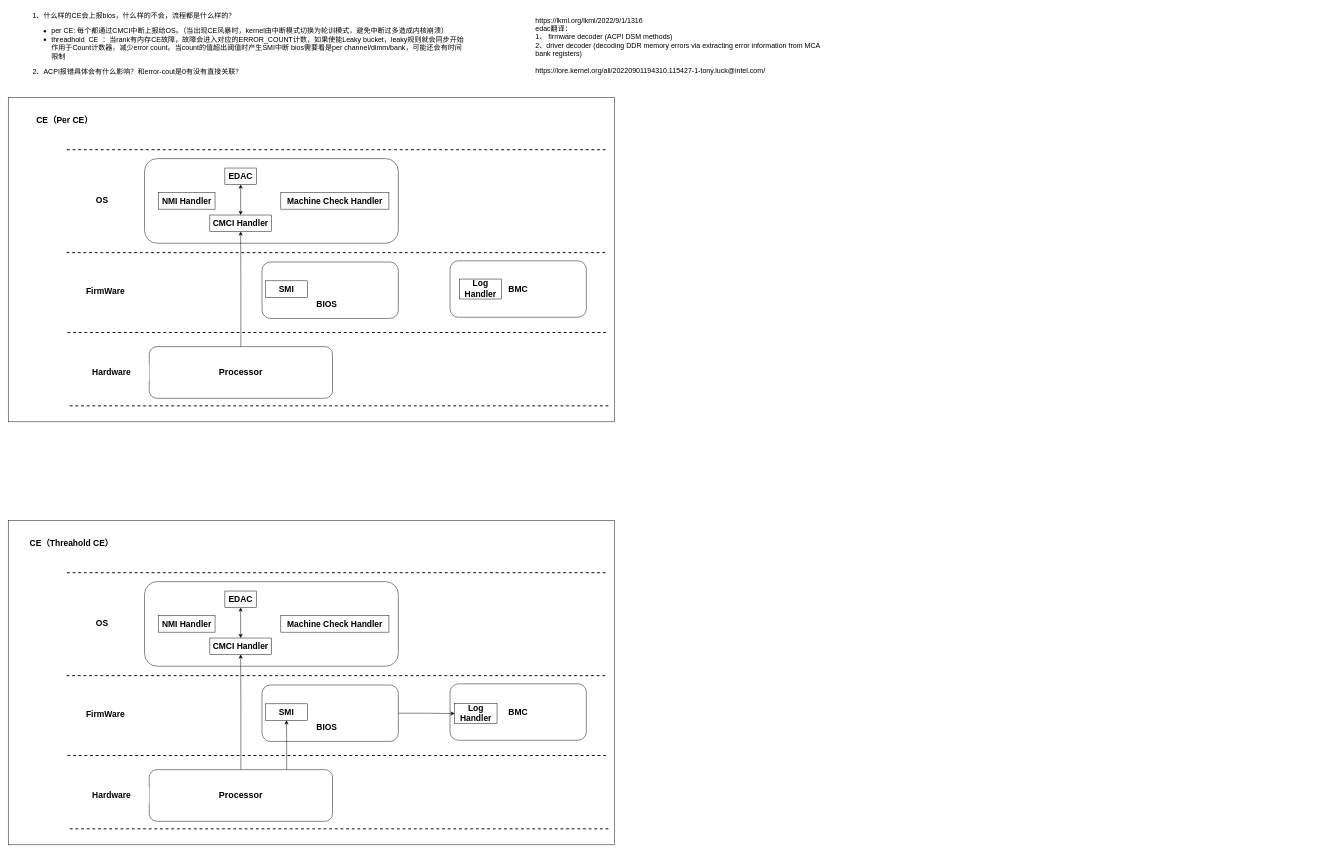
This is ras.drawio from wbzzx-bb/wb-linux, a draw.io file, before an edit. Source tidied: cells renumbered, new cells numbered last; positions are measured from the earlier drawing's top-left corner, leaving out a move shared by most shapes. Both pictures are drawn from the tidied source at 47%, with x=0, y=0 at pixel (8, 8).
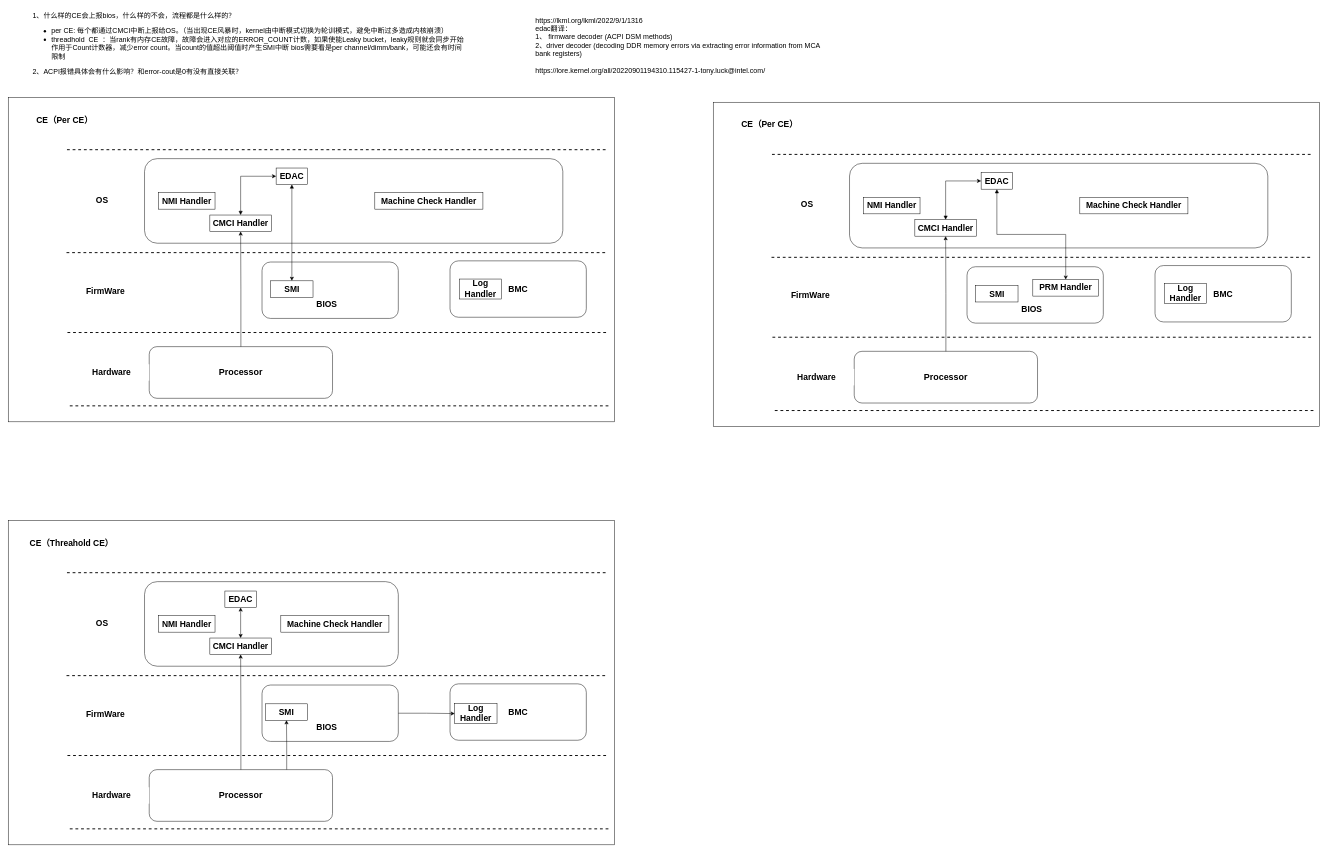
After the change.

The change refers to these unchanged cells:
```xml
<mxCell id="10" value="&lt;span style=&quot;font-size: 18px;&quot;&gt;&lt;b&gt;CMCI Handler&lt;/b&gt;&lt;/span&gt;" style="rounded=0;whiteSpace=wrap;html=1;" parent="1" vertex="1">
  <mxGeometry x="429" y="440" width="131" height="35" as="geometry" />
</mxCell>
```

Diff of the diagram source:
```diff
@@
     <mxCell id="7" value="&lt;b&gt;&lt;font style=&quot;font-size: 18px;&quot;&gt;SMI&lt;/font&gt;&lt;/b&gt;" style="rounded=0;whiteSpace=wrap;html=1;" parent="1" vertex="1">
-      <mxGeometry x="547" y="580" width="90" height="35" as="geometry" />
+      <mxGeometry x="558.5" y="580" width="90" height="35" as="geometry" />
     </mxCell>
     <mxCell id="8" style="rounded=1;whiteSpace=wrap;html=1;" parent="1" vertex="1">
-      <mxGeometry x="290" y="320" width="540" height="180" as="geometry" />
+      <mxGeometry x="290" y="320" width="890" height="180" as="geometry" />
     </mxCell>
@@
+    <mxCell id="48" style="edgeStyle=orthogonalEdgeStyle;rounded=0;jettySize=auto;html=1;entryX=0;entryY=0.5;entryDx=0;entryDy=0;exitX=0.5;exitY=0;exitDx=0;exitDy=0;startArrow=block;startFill=1;" parent="1" edge="1" source="10" target="11">
+      <mxGeometry relative="1" as="geometry" />
+    </mxCell>
@@
+    <mxCell id="50" style="edgeStyle=orthogonalEdgeStyle;rounded=0;jettySize=auto;html=1;entryX=0.5;entryY=0;entryDx=0;entryDy=0;startArrow=block;startFill=1;" parent="1" edge="1" source="11" target="7">
+      <mxGeometry relative="1" as="geometry" />
+    </mxCell>
     <mxCell id="11" value="&lt;span style=&quot;font-size: 18px;&quot;&gt;&lt;b&gt;EDAC&lt;/b&gt;&lt;/span&gt;" style="rounded=0;whiteSpace=wrap;html=1;" parent="1" vertex="1">
-      <mxGeometry x="461" y="340" width="67" height="35" as="geometry" />
+      <mxGeometry x="570" y="340" width="67" height="35" as="geometry" />
     </mxCell>
     <mxCell id="12" value="&lt;span style=&quot;font-size: 18px;&quot;&gt;&lt;b&gt;Machine Check Handler&lt;/b&gt;&lt;/span&gt;" style="rounded=0;whiteSpace=wrap;html=1;" parent="1" vertex="1">
-      <mxGeometry x="580" y="392.5" width="230" height="35" as="geometry" />
+      <mxGeometry x="780" y="392.5" width="230" height="35" as="geometry" />
     </mxCell>
@@
-    <mxCell id="48" style="endArrow=classic;startArrow=classic;html=1;rounded=0;entryX=0.5;entryY=1;entryDx=0;entryDy=0;exitX=0.5;exitY=0;exitDx=0;exitDy=0;" parent="1" edge="1" source="10" target="11">
-      <mxGeometry relative="1" as="geometry" />
-    </mxCell>
@@
+    <mxCell id="51" style="rounded=0;whiteSpace=wrap;html=1;" parent="1" vertex="1">
+      <mxGeometry x="1500" y="200" width="1290" height="690" as="geometry" />
+    </mxCell>
+    <mxCell id="52" value="Processor" style="rounded=1;whiteSpace=wrap;html=1;fontSize=19;fontStyle=1;" parent="1" vertex="1">
+      <mxGeometry x="1800" y="730" width="390" height="110" as="geometry" />
+    </mxCell>
+    <mxCell id="53" style="rounded=1;whiteSpace=wrap;html=1;" parent="1" vertex="1">
+      <mxGeometry x="2040" y="550" width="290" height="120" as="geometry" />
+    </mxCell>
+    <mxCell id="54" value="&lt;b&gt;&lt;font style=&quot;font-size: 18px;&quot;&gt;BIOS&lt;/font&gt;&lt;/b&gt;" style="rounded=0;whiteSpace=wrap;html=1;strokeColor=none;" parent="1" vertex="1">
+      <mxGeometry x="2118" y="622.5" width="120" height="35" as="geometry" />
+    </mxCell>
+    <mxCell id="55" value="&lt;b&gt;&lt;font style=&quot;font-size: 18px;&quot;&gt;SMI&lt;/font&gt;&lt;/b&gt;" style="rounded=0;whiteSpace=wrap;html=1;" parent="1" vertex="1">
+      <mxGeometry x="2058.5" y="590" width="90" height="35" as="geometry" />
+    </mxCell>
+    <mxCell id="56" style="rounded=1;whiteSpace=wrap;html=1;" parent="1" vertex="1">
+      <mxGeometry x="1790" y="330" width="890" height="180" as="geometry" />
+    </mxCell>
+    <mxCell id="57" value="&lt;span style=&quot;font-size: 18px;&quot;&gt;&lt;b&gt;NMI Handler&lt;/b&gt;&lt;/span&gt;" style="rounded=0;whiteSpace=wrap;html=1;" parent="1" vertex="1">
+      <mxGeometry x="1820" y="402.5" width="120" height="35" as="geometry" />
+    </mxCell>
+    <mxCell id="58" style="edgeStyle=orthogonalEdgeStyle;rounded=0;jettySize=auto;html=1;entryX=0;entryY=0.5;entryDx=0;entryDy=0;exitX=0.5;exitY=0;exitDx=0;exitDy=0;startArrow=block;startFill=1;" parent="1" edge="1" source="59" target="61">
+      <mxGeometry relative="1" as="geometry" />
+    </mxCell>
+    <mxCell id="59" value="&lt;span style=&quot;font-size: 18px;&quot;&gt;&lt;b&gt;CMCI Handler&lt;/b&gt;&lt;/span&gt;" style="rounded=0;whiteSpace=wrap;html=1;" parent="1" vertex="1">
+      <mxGeometry x="1929" y="450" width="131" height="35" as="geometry" />
+    </mxCell>
+    <mxCell id="60" style="edgeStyle=orthogonalEdgeStyle;rounded=0;jettySize=auto;html=1;startArrow=block;startFill=1;exitX=0.5;exitY=1;exitDx=0;exitDy=0;" parent="1" edge="1" source="61" target="74">
+      <mxGeometry relative="1" as="geometry" />
+    </mxCell>
+    <mxCell id="61" value="&lt;span style=&quot;font-size: 18px;&quot;&gt;&lt;b&gt;EDAC&lt;/b&gt;&lt;/span&gt;" style="rounded=0;whiteSpace=wrap;html=1;" parent="1" vertex="1">
+      <mxGeometry x="2070" y="350" width="67" height="35" as="geometry" />
+    </mxCell>
+    <mxCell id="62" value="&lt;span style=&quot;font-size: 18px;&quot;&gt;&lt;b&gt;Machine Check Handler&lt;/b&gt;&lt;/span&gt;" style="rounded=0;whiteSpace=wrap;html=1;" parent="1" vertex="1">
+      <mxGeometry x="2280" y="402.5" width="230" height="35" as="geometry" />
+    </mxCell>
+    <mxCell id="63" value="&lt;b&gt;&lt;font style=&quot;font-size: 18px;&quot;&gt;BMC&lt;/font&gt;&lt;/b&gt;" style="rounded=1;whiteSpace=wrap;html=1;" parent="1" vertex="1">
+      <mxGeometry x="2440" y="547.5" width="290" height="120" as="geometry" />
+    </mxCell>
+    <mxCell id="64" style="edgeStyle=orthogonalEdgeStyle;rounded=0;jettySize=auto;html=1;entryX=0.5;entryY=1;entryDx=0;entryDy=0;" parent="1" edge="1" source="52" target="59">
+      <mxGeometry relative="1" as="geometry" />
+    </mxCell>
+    <mxCell id="65" value="&lt;b&gt;&lt;font style=&quot;font-size: 18px;&quot;&gt;CE（Per CE）&lt;/font&gt;&lt;/b&gt;" style="rounded=0;whiteSpace=wrap;html=1;strokeColor=none;" parent="1" vertex="1">
+      <mxGeometry x="1540" y="230" width="160" height="35" as="geometry" />
+    </mxCell>
+    <mxCell id="66" style="endArrow=none;dashed=1;html=1;rounded=0;strokeWidth=2;" parent="1" edge="1">
+      <mxGeometry relative="1" as="geometry">
+        <mxPoint x="2770" y="530" as="sourcePoint" />
+        <mxPoint x="1620" y="530" as="targetPoint" />
+      </mxGeometry>
+    </mxCell>
+    <mxCell id="67" style="endArrow=none;dashed=1;html=1;rounded=0;strokeWidth=2;" parent="1" edge="1">
+      <mxGeometry relative="1" as="geometry">
+        <mxPoint x="2771" y="311" as="sourcePoint" />
+        <mxPoint x="1621" y="311" as="targetPoint" />
+      </mxGeometry>
+    </mxCell>
+    <mxCell id="68" style="endArrow=none;dashed=1;html=1;rounded=0;strokeWidth=2;" parent="1" edge="1">
+      <mxGeometry relative="1" as="geometry">
+        <mxPoint x="2772" y="700" as="sourcePoint" />
+        <mxPoint x="1622" y="700" as="targetPoint" />
+      </mxGeometry>
+    </mxCell>
+    <mxCell id="69" style="endArrow=none;dashed=1;html=1;rounded=0;strokeWidth=2;" parent="1" edge="1">
+      <mxGeometry relative="1" as="geometry">
+        <mxPoint x="2777" y="856" as="sourcePoint" />
+        <mxPoint x="1627" y="856" as="targetPoint" />
+      </mxGeometry>
+    </mxCell>
+    <mxCell id="70" value="&lt;b&gt;&lt;font style=&quot;font-size: 18px;&quot;&gt;OS&lt;/font&gt;&lt;/b&gt;" style="rounded=0;whiteSpace=wrap;html=1;strokeColor=none;" parent="1" vertex="1">
+      <mxGeometry x="1620" y="400" width="160" height="35" as="geometry" />
+    </mxCell>
+    <mxCell id="71" value="&lt;b&gt;&lt;font style=&quot;font-size: 18px;&quot;&gt;FirmWare&lt;/font&gt;&lt;/b&gt;" style="rounded=0;whiteSpace=wrap;html=1;strokeColor=none;" parent="1" vertex="1">
+      <mxGeometry x="1627" y="594" width="160" height="35" as="geometry" />
+    </mxCell>
+    <mxCell id="72" value="&lt;b&gt;&lt;font style=&quot;font-size: 18px;&quot;&gt;Hardware&lt;/font&gt;&lt;/b&gt;" style="rounded=0;whiteSpace=wrap;html=1;strokeColor=none;" parent="1" vertex="1">
+      <mxGeometry x="1640" y="767.5" width="160" height="35" as="geometry" />
+    </mxCell>
+    <mxCell id="73" value="&lt;b&gt;&lt;font style=&quot;font-size: 18px;&quot;&gt;Log Handler&lt;/font&gt;&lt;/b&gt;" style="rounded=0;whiteSpace=wrap;html=1;" parent="1" vertex="1">
+      <mxGeometry x="2460" y="586.2" width="90" height="42.5" as="geometry" />
+    </mxCell>
+    <mxCell id="74" value="&lt;b&gt;&lt;font style=&quot;font-size: 18px;&quot;&gt;PRM Handler&lt;/font&gt;&lt;/b&gt;" style="rounded=0;whiteSpace=wrap;html=1;" parent="1" vertex="1">
+      <mxGeometry x="2180" y="577.5" width="140" height="35" as="geometry" />
+    </mxCell>
```
